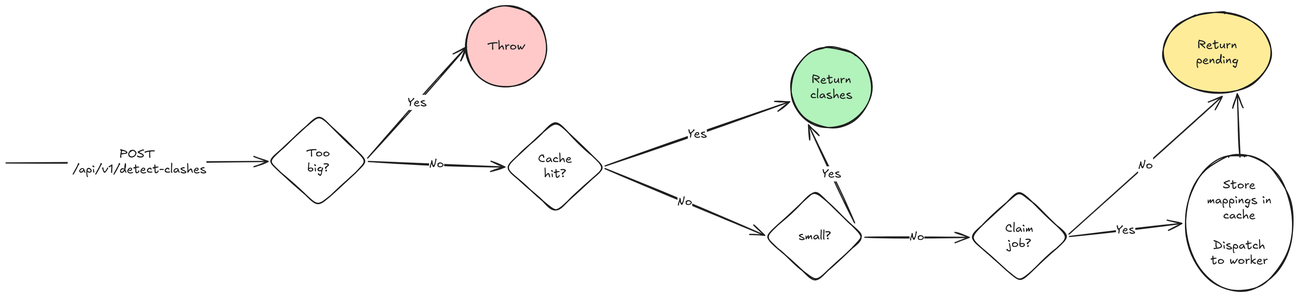
Earlier version of the Excalidraw export docs/diagrams/post-flow.png (2pacalypse/clashing-buildings). Source tidied: one line per element, renumbered; positions are measured from the earlier drawing's top-left corner, leaving out a move shared by most shapes. Its diagram source:
```json
{"id": 0, "type": "diamond", "strokeColor": "#1e1e1e", "strokeWidth": 2, "roughness": 1, "round": true, "x": 828, "y": 190, "width": 165, "height": 152}
{"id": 1, "type": "text", "text": "Cache\nhit?", "strokeColor": "#1e1e1e", "strokeWidth": 2, "roughness": 1, "fontSize": 20, "fontFamily": 5, "textAlign": "center", "verticalAlign": "middle", "inside": 0, "x": 882, "y": 241, "width": 56, "height": 50}
{"id": 2, "type": "text", "text": "Yes", "strokeColor": "#1e1e1e", "strokeWidth": 2, "roughness": 1, "fontSize": 20, "fontFamily": 5, "textAlign": "center", "verticalAlign": "middle", "inside": 10, "x": 1266, "y": 161, "width": 32, "height": 25}
{"id": 3, "type": "arrow", "strokeColor": "#1e1e1e", "strokeWidth": 2, "roughness": 1, "endArrowhead": "arrow", "from": 0, "to": 33, "x": 993, "y": 269, "width": 265, "height": 111, "points": [[0, 0], [265, 111]]}
{"id": 4, "type": "text", "text": "No", "strokeColor": "#1e1e1e", "strokeWidth": 2, "roughness": 1, "fontSize": 20, "fontFamily": 5, "textAlign": "center", "verticalAlign": "middle", "inside": 3, "x": 1249, "y": 274, "width": 25, "height": 25}
{"id": 5, "type": "arrow", "strokeColor": "#1e1e1e", "strokeWidth": 2, "roughness": 1, "endArrowhead": "arrow", "to": 25, "x": 0, "y": 260, "width": 434, "height": 3, "points": [[0, 0], [434, -3]]}
{"id": 6, "type": "text", "text": "POST\n /api/v1/detect-clashes", "strokeColor": "#1e1e1e", "strokeWidth": 2, "roughness": 1, "fontSize": 20, "fontFamily": 5, "textAlign": "center", "verticalAlign": "middle", "inside": 5, "x": 238, "y": 196, "width": 230, "height": 50}
{"id": 7, "type": "arrow", "strokeColor": "#1e1e1e", "strokeWidth": 2, "roughness": 1, "endArrowhead": "arrow", "from": 33, "to": 9, "x": 1407, "y": 359, "width": 76, "height": 162, "points": [[0, 0], [-76, -162]]}
{"id": 8, "type": "text", "text": "Yes", "strokeColor": "#1e1e1e", "strokeWidth": 2, "roughness": 1, "fontSize": 20, "fontFamily": 5, "textAlign": "center", "verticalAlign": "middle", "inside": 7, "x": 1488, "y": 228, "width": 32, "height": 25}
{"id": 9, "type": "ellipse", "strokeColor": "#1e1e1e", "backgroundColor": "#b2f2bb", "fillStyle": "solid", "strokeWidth": 2, "roughness": 1, "round": true, "x": 1301, "y": 68, "width": 134, "height": 134}
{"id": 10, "type": "arrow", "strokeColor": "#1e1e1e", "strokeWidth": 2, "roughness": 1, "endArrowhead": "arrow", "from": 0, "to": 9, "x": 993, "y": 265, "width": 306, "height": 106, "points": [[0, 0], [306, -106]]}
{"id": 11, "type": "text", "text": "Return\nclashes", "strokeColor": "#1e1e1e", "strokeWidth": 2, "roughness": 1, "fontSize": 20, "fontFamily": 5, "textAlign": "center", "verticalAlign": "middle", "inside": 9, "x": 1333, "y": 110, "width": 70, "height": 50}
{"id": 12, "type": "arrow", "strokeColor": "#1e1e1e", "strokeWidth": 2, "roughness": 1, "endArrowhead": "arrow", "from": 33, "to": 14, "x": 1423, "y": 382, "width": 173, "height": 0, "points": [[0, 0], [173, 0]]}
{"id": 13, "type": "text", "text": "No", "strokeColor": "#1e1e1e", "strokeWidth": 2, "roughness": 1, "fontSize": 20, "fontFamily": 5, "textAlign": "center", "verticalAlign": "middle", "inside": 12, "x": 1634, "y": 332, "width": 25, "height": 25}
{"id": 14, "type": "diamond", "strokeColor": "#1e1e1e", "strokeWidth": 2, "roughness": 1, "round": true, "x": 1597, "y": 305, "width": 165, "height": 152}
{"id": 15, "type": "text", "text": "Claim\njob?", "strokeColor": "#1e1e1e", "strokeWidth": 2, "roughness": 1, "fontSize": 20, "fontFamily": 5, "textAlign": "center", "verticalAlign": "middle", "inside": 14, "x": 1656, "y": 357, "width": 47, "height": 50}
{"id": 16, "type": "text", "text": "Yes", "strokeColor": "#1e1e1e", "strokeWidth": 2, "roughness": 1, "fontSize": 20, "fontFamily": 5, "textAlign": "center", "verticalAlign": "middle", "inside": 19, "x": 1976, "y": 329, "width": 32, "height": 25}
{"id": 17, "type": "text", "text": "No", "strokeColor": "#1e1e1e", "strokeWidth": 2, "roughness": 1, "fontSize": 20, "fontFamily": 5, "textAlign": "center", "verticalAlign": "middle", "inside": 22, "x": 2012, "y": 213, "width": 25, "height": 25}
{"id": 18, "type": "ellipse", "strokeColor": "#1e1e1e", "strokeWidth": 2, "roughness": 1, "round": true, "x": 1955, "y": 246, "width": 178, "height": 226}
{"id": 19, "type": "arrow", "strokeColor": "#1e1e1e", "strokeWidth": 2, "roughness": 1, "endArrowhead": "arrow", "from": 14, "to": 18, "x": 1763, "y": 382, "width": 186, "height": 22, "points": [[0, 0], [186, -22]]}
{"id": 20, "type": "text", "text": "Store\nmappings in\ncache\n\nDispatch\nto worker", "strokeColor": "#1e1e1e", "strokeWidth": 2, "roughness": 1, "fontSize": 20, "fontFamily": 5, "textAlign": "center", "verticalAlign": "middle", "inside": 18, "x": 1990, "y": 285, "width": 107, "height": 150}
{"id": 21, "type": "ellipse", "strokeColor": "#1e1e1e", "backgroundColor": "#ffec99", "fillStyle": "solid", "strokeWidth": 2, "roughness": 1, "round": true, "x": 1918, "y": 10, "width": 178, "height": 134}
{"id": 22, "type": "arrow", "strokeColor": "#1e1e1e", "strokeWidth": 2, "roughness": 1, "endArrowhead": "arrow", "from": 14, "to": 21, "x": 1762, "y": 378, "width": 254, "height": 228, "points": [[0, 0], [254, -228]]}
{"id": 23, "type": "text", "text": "Return\npending", "strokeColor": "#1e1e1e", "strokeWidth": 2, "roughness": 1, "fontSize": 20, "fontFamily": 5, "textAlign": "center", "verticalAlign": "middle", "inside": 21, "x": 1972, "y": 52, "width": 71, "height": 50}
{"id": 24, "type": "arrow", "strokeColor": "#1e1e1e", "strokeWidth": 2, "roughness": 1, "endArrowhead": "arrow", "from": 18, "to": 21, "x": 2045, "y": 250, "width": 5, "height": 105, "points": [[0, 0], [-5, -105]]}
{"id": 25, "type": "diamond", "strokeColor": "#1e1e1e", "strokeWidth": 2, "roughness": 1, "round": true, "x": 435, "y": 180, "width": 165, "height": 152}
{"id": 26, "type": "text", "text": "Too\nbig?", "strokeColor": "#1e1e1e", "strokeWidth": 2, "roughness": 1, "fontSize": 20, "fontFamily": 5, "textAlign": "center", "verticalAlign": "middle", "inside": 25, "x": 498, "y": 231, "width": 39, "height": 50}
{"id": 27, "type": "text", "text": "Yes", "strokeColor": "#1e1e1e", "strokeWidth": 2, "roughness": 1, "fontSize": 20, "fontFamily": 5, "textAlign": "center", "verticalAlign": "middle", "inside": 29, "x": 801, "y": 109, "width": 32, "height": 25}
{"id": 28, "type": "ellipse", "strokeColor": "#1e1e1e", "backgroundColor": "#ffc9c9", "fillStyle": "solid", "strokeWidth": 2, "roughness": 1, "round": true, "x": 762, "y": 0, "width": 134, "height": 134}
{"id": 29, "type": "arrow", "strokeColor": "#1e1e1e", "strokeWidth": 2, "roughness": 1, "endArrowhead": "arrow", "from": 25, "to": 28, "x": 599, "y": 252, "width": 164, "height": 184, "points": [[0, 0], [164, -184]]}
{"id": 30, "type": "text", "text": "Throw", "strokeColor": "#1e1e1e", "strokeWidth": 2, "roughness": 1, "fontSize": 20, "fontFamily": 5, "textAlign": "center", "verticalAlign": "middle", "inside": 28, "x": 798, "y": 55, "width": 63, "height": 25}
{"id": 31, "type": "arrow", "strokeColor": "#1e1e1e", "strokeWidth": 2, "roughness": 1, "endArrowhead": "arrow", "from": 25, "to": 0, "x": 601, "y": 258, "width": 226, "height": 9, "points": [[0, 0], [226, 9]]}
{"id": 32, "type": "text", "text": "No", "strokeColor": "#1e1e1e", "strokeWidth": 2, "roughness": 1, "fontSize": 20, "fontFamily": 5, "textAlign": "center", "verticalAlign": "middle", "inside": 31, "x": 837, "y": 212, "width": 25, "height": 25}
{"id": 33, "type": "diamond", "strokeColor": "#1e1e1e", "strokeWidth": 2, "roughness": 1, "round": true, "x": 1258, "y": 305, "width": 165, "height": 152}
{"id": 34, "type": "text", "text": "small?", "strokeColor": "#1e1e1e", "strokeWidth": 2, "roughness": 1, "fontSize": 20, "fontFamily": 5, "textAlign": "center", "verticalAlign": "middle", "inside": 33, "x": 1313, "y": 369, "width": 54, "height": 25}
```
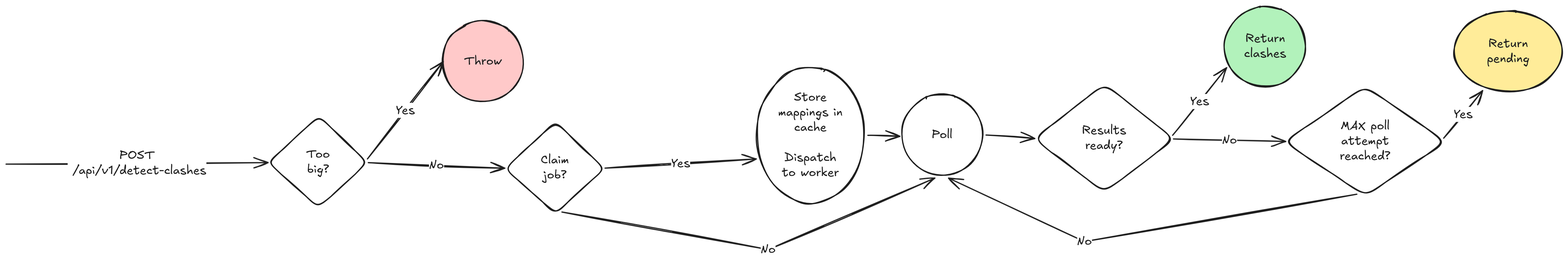
The same diagram one commit later.

Commit message:
chore: update flow diagrams for improved clarity and accuracy

Diff of the diagram source:
```diff
@@ -1,35 +1,38 @@
 {"id": 0, "type": "diamond", "strokeColor": "#1e1e1e", "strokeWidth": 2, "roughness": 1, "round": true, "x": 828, "y": 190, "width": 165, "height": 152}
-{"id": 1, "type": "text", "text": "Cache\nhit?", "strokeColor": "#1e1e1e", "strokeWidth": 2, "roughness": 1, "fontSize": 20, "fontFamily": 5, "textAlign": "center", "verticalAlign": "middle", "inside": 0, "x": 882, "y": 241, "width": 56, "height": 50}
+{"id": 1, "type": "text", "text": "Claim\njob?", "strokeColor": "#1e1e1e", "strokeWidth": 2, "roughness": 1, "fontSize": 20, "fontFamily": 5, "textAlign": "center", "verticalAlign": "middle", "inside": 0, "x": 886, "y": 241, "width": 47, "height": 50}
-{"id": 2, "type": "text", "text": "Yes", "strokeColor": "#1e1e1e", "strokeWidth": 2, "roughness": 1, "fontSize": 20, "fontFamily": 5, "textAlign": "center", "verticalAlign": "middle", "inside": 10, "x": 1266, "y": 161, "width": 32, "height": 25}
+{"id": 2, "type": "text", "text": "Yes", "strokeColor": "#1e1e1e", "strokeWidth": 2, "roughness": 1, "fontSize": 20, "fontFamily": 5, "textAlign": "center", "verticalAlign": "middle", "inside": 10, "x": 1178, "y": 187, "width": 32, "height": 25}
-{"id": 3, "type": "arrow", "strokeColor": "#1e1e1e", "strokeWidth": 2, "roughness": 1, "endArrowhead": "arrow", "from": 0, "to": 33, "x": 993, "y": 269, "width": 265, "height": 111, "points": [[0, 0], [265, 111]]}
-{"id": 4, "type": "text", "text": "No", "strokeColor": "#1e1e1e", "strokeWidth": 2, "roughness": 1, "fontSize": 20, "fontFamily": 5, "textAlign": "center", "verticalAlign": "middle", "inside": 3, "x": 1249, "y": 274, "width": 25, "height": 25}
+{"id": 4, "type": "text", "text": "No", "strokeColor": "#1e1e1e", "strokeWidth": 2, "roughness": 1, "fontSize": 20, "fontFamily": 5, "textAlign": "center", "verticalAlign": "middle", "inside": 3, "x": 1572, "y": 437, "width": 25, "height": 25}
 {"id": 5, "type": "arrow", "strokeColor": "#1e1e1e", "strokeWidth": 2, "roughness": 1, "endArrowhead": "arrow", "to": 25, "x": 0, "y": 260, "width": 434, "height": 3, "points": [[0, 0], [434, -3]]}
-{"id": 6, "type": "text", "text": "POST\n /api/v1/detect-clashes", "strokeColor": "#1e1e1e", "strokeWidth": 2, "roughness": 1, "fontSize": 20, "fontFamily": 5, "textAlign": "center", "verticalAlign": "middle", "inside": 5, "x": 238, "y": 196, "width": 230, "height": 50}
+{"id": 6, "type": "text", "text": "POST\n /api/v1/detect-clashes", "strokeColor": "#1e1e1e", "strokeWidth": 2, "roughness": 1, "fontSize": 20, "fontFamily": 5, "textAlign": "center", "verticalAlign": "middle", "inside": 5, "x": 102, "y": 234, "width": 230, "height": 50}
-{"id": 7, "type": "arrow", "strokeColor": "#1e1e1e", "strokeWidth": 2, "roughness": 1, "endArrowhead": "arrow", "from": 33, "to": 9, "x": 1407, "y": 359, "width": 76, "height": 162, "points": [[0, 0], [-76, -162]]}
-{"id": 8, "type": "text", "text": "Yes", "strokeColor": "#1e1e1e", "strokeWidth": 2, "roughness": 1, "fontSize": 20, "fontFamily": 5, "textAlign": "center", "verticalAlign": "middle", "inside": 7, "x": 1488, "y": 228, "width": 32, "height": 25}
-{"id": 9, "type": "ellipse", "strokeColor": "#1e1e1e", "backgroundColor": "#b2f2bb", "fillStyle": "solid", "strokeWidth": 2, "roughness": 1, "round": true, "x": 1301, "y": 68, "width": 134, "height": 134}
-{"id": 10, "type": "arrow", "strokeColor": "#1e1e1e", "strokeWidth": 2, "roughness": 1, "endArrowhead": "arrow", "from": 0, "to": 9, "x": 993, "y": 265, "width": 306, "height": 106, "points": [[0, 0], [306, -106]]}
-{"id": 11, "type": "text", "text": "Return\nclashes", "strokeColor": "#1e1e1e", "strokeWidth": 2, "roughness": 1, "fontSize": 20, "fontFamily": 5, "textAlign": "center", "verticalAlign": "middle", "inside": 9, "x": 1333, "y": 110, "width": 70, "height": 50}
-{"id": 12, "type": "arrow", "strokeColor": "#1e1e1e", "strokeWidth": 2, "roughness": 1, "endArrowhead": "arrow", "from": 33, "to": 14, "x": 1423, "y": 382, "width": 173, "height": 0, "points": [[0, 0], [173, 0]]}
-{"id": 13, "type": "text", "text": "No", "strokeColor": "#1e1e1e", "strokeWidth": 2, "roughness": 1, "fontSize": 20, "fontFamily": 5, "textAlign": "center", "verticalAlign": "middle", "inside": 12, "x": 1634, "y": 332, "width": 25, "height": 25}
-{"id": 14, "type": "diamond", "strokeColor": "#1e1e1e", "strokeWidth": 2, "roughness": 1, "round": true, "x": 1597, "y": 305, "width": 165, "height": 152}
-{"id": 15, "type": "text", "text": "Claim\njob?", "strokeColor": "#1e1e1e", "strokeWidth": 2, "roughness": 1, "fontSize": 20, "fontFamily": 5, "textAlign": "center", "verticalAlign": "middle", "inside": 14, "x": 1656, "y": 357, "width": 47, "height": 50}
-{"id": 16, "type": "text", "text": "Yes", "strokeColor": "#1e1e1e", "strokeWidth": 2, "roughness": 1, "fontSize": 20, "fontFamily": 5, "textAlign": "center", "verticalAlign": "middle", "inside": 19, "x": 1976, "y": 329, "width": 32, "height": 25}
-{"id": 17, "type": "text", "text": "No", "strokeColor": "#1e1e1e", "strokeWidth": 2, "roughness": 1, "fontSize": 20, "fontFamily": 5, "textAlign": "center", "verticalAlign": "middle", "inside": 22, "x": 2012, "y": 213, "width": 25, "height": 25}
-{"id": 18, "type": "ellipse", "strokeColor": "#1e1e1e", "strokeWidth": 2, "roughness": 1, "round": true, "x": 1955, "y": 246, "width": 178, "height": 226}
-{"id": 19, "type": "arrow", "strokeColor": "#1e1e1e", "strokeWidth": 2, "roughness": 1, "endArrowhead": "arrow", "from": 14, "to": 18, "x": 1763, "y": 382, "width": 186, "height": 22, "points": [[0, 0], [186, -22]]}
-{"id": 20, "type": "text", "text": "Store\nmappings in\ncache\n\nDispatch\nto worker", "strokeColor": "#1e1e1e", "strokeWidth": 2, "roughness": 1, "fontSize": 20, "fontFamily": 5, "textAlign": "center", "verticalAlign": "middle", "inside": 18, "x": 1990, "y": 285, "width": 107, "height": 150}
-{"id": 21, "type": "ellipse", "strokeColor": "#1e1e1e", "backgroundColor": "#ffec99", "fillStyle": "solid", "strokeWidth": 2, "roughness": 1, "round": true, "x": 1918, "y": 10, "width": 178, "height": 134}
+{"id": 21, "type": "ellipse", "strokeColor": "#1e1e1e", "backgroundColor": "#ffec99", "fillStyle": "solid", "strokeWidth": 2, "roughness": 1, "round": true, "x": 2401, "y": 6, "width": 178, "height": 134}
-{"id": 22, "type": "arrow", "strokeColor": "#1e1e1e", "strokeWidth": 2, "roughness": 1, "endArrowhead": "arrow", "from": 14, "to": 21, "x": 1762, "y": 378, "width": 254, "height": 228, "points": [[0, 0], [254, -228]]}
-{"id": 23, "type": "text", "text": "Return\npending", "strokeColor": "#1e1e1e", "strokeWidth": 2, "roughness": 1, "fontSize": 20, "fontFamily": 5, "textAlign": "center", "verticalAlign": "middle", "inside": 21, "x": 1972, "y": 52, "width": 71, "height": 50}
+{"id": 23, "type": "text", "text": "Return\npending", "strokeColor": "#1e1e1e", "strokeWidth": 2, "roughness": 1, "fontSize": 20, "fontFamily": 5, "textAlign": "center", "verticalAlign": "middle", "inside": 21, "x": 2455, "y": 48, "width": 71, "height": 50}
-{"id": 24, "type": "arrow", "strokeColor": "#1e1e1e", "strokeWidth": 2, "roughness": 1, "endArrowhead": "arrow", "from": 18, "to": 21, "x": 2045, "y": 250, "width": 5, "height": 105, "points": [[0, 0], [-5, -105]]}
 {"id": 25, "type": "diamond", "strokeColor": "#1e1e1e", "strokeWidth": 2, "roughness": 1, "round": true, "x": 435, "y": 180, "width": 165, "height": 152}
 {"id": 26, "type": "text", "text": "Too\nbig?", "strokeColor": "#1e1e1e", "strokeWidth": 2, "roughness": 1, "fontSize": 20, "fontFamily": 5, "textAlign": "center", "verticalAlign": "middle", "inside": 25, "x": 498, "y": 231, "width": 39, "height": 50}
-{"id": 27, "type": "text", "text": "Yes", "strokeColor": "#1e1e1e", "strokeWidth": 2, "roughness": 1, "fontSize": 20, "fontFamily": 5, "textAlign": "center", "verticalAlign": "middle", "inside": 29, "x": 801, "y": 109, "width": 32, "height": 25}
+{"id": 27, "type": "text", "text": "Yes", "strokeColor": "#1e1e1e", "strokeWidth": 2, "roughness": 1, "fontSize": 20, "fontFamily": 5, "textAlign": "center", "verticalAlign": "middle", "inside": 29, "x": 665, "y": 147, "width": 32, "height": 25}
-{"id": 28, "type": "ellipse", "strokeColor": "#1e1e1e", "backgroundColor": "#ffc9c9", "fillStyle": "solid", "strokeWidth": 2, "roughness": 1, "round": true, "x": 762, "y": 0, "width": 134, "height": 134}
+{"id": 28, "type": "ellipse", "strokeColor": "#1e1e1e", "backgroundColor": "#ffc9c9", "fillStyle": "solid", "strokeWidth": 2, "roughness": 1, "round": true, "x": 724, "y": 22, "width": 134, "height": 134}
-{"id": 29, "type": "arrow", "strokeColor": "#1e1e1e", "strokeWidth": 2, "roughness": 1, "endArrowhead": "arrow", "from": 25, "to": 28, "x": 599, "y": 252, "width": 164, "height": 184, "points": [[0, 0], [164, -184]]}
+{"id": 29, "type": "arrow", "strokeColor": "#1e1e1e", "strokeWidth": 2, "roughness": 1, "endArrowhead": "arrow", "from": 25, "to": 28, "x": 599, "y": 251, "width": 126, "height": 161, "points": [[0, 0], [126, -161]]}
-{"id": 30, "type": "text", "text": "Throw", "strokeColor": "#1e1e1e", "strokeWidth": 2, "roughness": 1, "fontSize": 20, "fontFamily": 5, "textAlign": "center", "verticalAlign": "middle", "inside": 28, "x": 798, "y": 55, "width": 63, "height": 25}
+{"id": 30, "type": "text", "text": "Throw", "strokeColor": "#1e1e1e", "strokeWidth": 2, "roughness": 1, "fontSize": 20, "fontFamily": 5, "textAlign": "center", "verticalAlign": "middle", "inside": 28, "x": 759, "y": 77, "width": 63, "height": 25}
 {"id": 31, "type": "arrow", "strokeColor": "#1e1e1e", "strokeWidth": 2, "roughness": 1, "endArrowhead": "arrow", "from": 25, "to": 0, "x": 601, "y": 258, "width": 226, "height": 9, "points": [[0, 0], [226, 9]]}
-{"id": 32, "type": "text", "text": "No", "strokeColor": "#1e1e1e", "strokeWidth": 2, "roughness": 1, "fontSize": 20, "fontFamily": 5, "textAlign": "center", "verticalAlign": "middle", "inside": 31, "x": 837, "y": 212, "width": 25, "height": 25}
+{"id": 32, "type": "text", "text": "No", "strokeColor": "#1e1e1e", "strokeWidth": 2, "roughness": 1, "fontSize": 20, "fontFamily": 5, "textAlign": "center", "verticalAlign": "middle", "inside": 31, "x": 701, "y": 250, "width": 25, "height": 25}
-{"id": 33, "type": "diamond", "strokeColor": "#1e1e1e", "strokeWidth": 2, "roughness": 1, "round": true, "x": 1258, "y": 305, "width": 165, "height": 152}
-{"id": 34, "type": "text", "text": "small?", "strokeColor": "#1e1e1e", "strokeWidth": 2, "roughness": 1, "fontSize": 20, "fontFamily": 5, "textAlign": "center", "verticalAlign": "middle", "inside": 33, "x": 1313, "y": 369, "width": 54, "height": 25}
+{"id": 35, "type": "ellipse", "strokeColor": "#1e1e1e", "strokeWidth": 2, "roughness": 1, "round": true, "x": 1244, "y": 99, "width": 178, "height": 226}
+{"id": 10, "type": "arrow", "strokeColor": "#1e1e1e", "strokeWidth": 2, "roughness": 1, "endArrowhead": "arrow", "from": 0, "to": 35, "x": 993, "y": 267, "width": 251, "height": 15, "points": [[0, 0], [251, -15]]}
+{"id": 20, "type": "text", "text": "Store\nmappings in\ncache\n\nDispatch\nto worker", "strokeColor": "#1e1e1e", "strokeWidth": 2, "roughness": 1, "fontSize": 20, "fontFamily": 5, "textAlign": "center", "verticalAlign": "middle", "inside": 35, "x": 1280, "y": 137, "width": 107, "height": 150}
+{"id": 36, "type": "ellipse", "strokeColor": "#1e1e1e", "backgroundColor": "#b2f2bb", "fillStyle": "solid", "strokeWidth": 2, "roughness": 1, "round": true, "x": 2020, "y": -2, "width": 134, "height": 134}
+{"id": 11, "type": "text", "text": "Return\nclashes", "strokeColor": "#1e1e1e", "strokeWidth": 2, "roughness": 1, "fontSize": 20, "fontFamily": 5, "textAlign": "center", "verticalAlign": "middle", "inside": 36, "x": 2053, "y": 40, "width": 70, "height": 50}
+{"id": 24, "type": "arrow", "strokeColor": "#1e1e1e", "strokeWidth": 2, "roughness": 1, "endArrowhead": "arrow", "from": 35, "x": 1429, "y": 212, "width": 53, "height": 2, "points": [[0, 0], [53, 2]]}
+{"id": 37, "type": "text", "text": "Yes", "strokeColor": "#1e1e1e", "strokeWidth": 2, "roughness": 1, "fontSize": 20, "fontFamily": 5, "textAlign": "center", "verticalAlign": "middle", "inside": 49, "x": 1733, "y": 94, "width": 32, "height": 25}
+{"id": 38, "type": "text", "text": "No", "strokeColor": "#1e1e1e", "strokeWidth": 2, "roughness": 1, "fontSize": 20, "fontFamily": 5, "textAlign": "center", "verticalAlign": "middle", "inside": 40, "x": 1902, "y": 295, "width": 25, "height": 25}
+{"id": 39, "type": "diamond", "strokeColor": "#1e1e1e", "strokeWidth": 2, "roughness": 1, "round": true, "x": 2119, "y": 131, "width": 268, "height": 183}
+{"id": 40, "type": "arrow", "strokeColor": "#1e1e1e", "strokeWidth": 2, "roughness": 1, "endArrowhead": "arrow", "from": 47, "to": 39, "x": 1935, "y": 218, "width": 186, "height": 4, "points": [[0, 0], [186, 4]]}
+{"id": 41, "type": "text", "text": "MAX poll\nattempt\nreached?", "strokeColor": "#1e1e1e", "strokeWidth": 2, "roughness": 1, "fontSize": 20, "fontFamily": 5, "textAlign": "center", "verticalAlign": "middle", "inside": 39, "x": 2211, "y": 184, "width": 84, "height": 75}
+{"id": 42, "type": "text", "text": "No", "strokeColor": "#1e1e1e", "strokeWidth": 2, "roughness": 1, "fontSize": 20, "fontFamily": 5, "textAlign": "center", "verticalAlign": "middle", "inside": 48, "x": 2127, "y": 320, "width": 25, "height": 25}
+{"id": 43, "type": "arrow", "strokeColor": "#1e1e1e", "strokeWidth": 2, "roughness": 1, "endArrowhead": "arrow", "from": 39, "to": 21, "x": 2383, "y": 217, "width": 65, "height": 79, "points": [[0, 0], [65, -79]]}
+{"id": 44, "type": "text", "text": "Yes", "strokeColor": "#1e1e1e", "strokeWidth": 2, "roughness": 1, "fontSize": 20, "fontFamily": 5, "textAlign": "center", "verticalAlign": "middle", "inside": 43, "x": 1688, "y": 243, "width": 32, "height": 25}
+{"id": 45, "type": "ellipse", "strokeColor": "#1e1e1e", "strokeWidth": 2, "roughness": 1, "round": true, "x": 1485, "y": 144, "width": 134, "height": 134}
+{"id": 3, "type": "arrow", "strokeColor": "#1e1e1e", "strokeWidth": 2, "roughness": 1, "endArrowhead": "arrow", "from": 0, "to": 45, "x": 922, "y": 339, "width": 618, "height": 119, "points": [[0, 0], [342, 62], [618, -56]]}
+{"id": 46, "type": "text", "text": "Poll", "strokeColor": "#1e1e1e", "strokeWidth": 2, "roughness": 1, "fontSize": 20, "fontFamily": 5, "textAlign": "center", "verticalAlign": "middle", "inside": 45, "x": 1535, "y": 199, "width": 34, "height": 25}
+{"id": 47, "type": "diamond", "strokeColor": "#1e1e1e", "strokeWidth": 2, "roughness": 1, "round": true, "x": 1704, "y": 127, "width": 233, "height": 180}
+{"id": 48, "type": "arrow", "strokeColor": "#1e1e1e", "strokeWidth": 2, "roughness": 1, "endArrowhead": "arrow", "from": 39, "to": 45, "x": 2239, "y": 310, "width": 677, "height": 105, "points": [[0, 0], [-452, 79], [-677, -27]]}
+{"id": 49, "type": "arrow", "strokeColor": "#1e1e1e", "strokeWidth": 2, "roughness": 1, "endArrowhead": "arrow", "from": 47, "to": 36, "x": 1934, "y": 212, "width": 90, "height": 112, "points": [[0, 0], [90, -112]]}
+{"id": 50, "type": "text", "text": "Results\nready?", "strokeColor": "#1e1e1e", "strokeWidth": 2, "roughness": 1, "fontSize": 20, "fontFamily": 5, "textAlign": "center", "verticalAlign": "middle", "inside": 47, "x": 1783, "y": 192, "width": 74, "height": 50}
+{"id": 51, "type": "arrow", "strokeColor": "#1e1e1e", "strokeWidth": 2, "roughness": 1, "endArrowhead": "arrow", "from": 45, "to": 47, "x": 1625, "y": 212, "width": 81, "height": 6, "points": [[0, 0], [81, 6]]}
```
